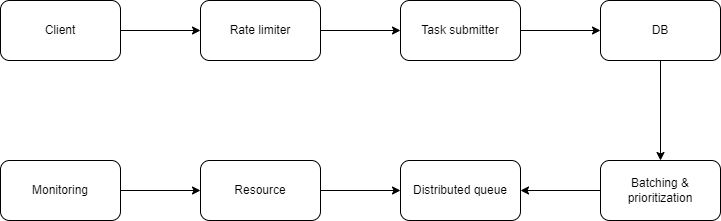
Before: img/system-design/distributed-task-scheduler2.png, a diagram exported from draw.io (riehseun/riehseun.github.io). Source tidied: cells renumbered, new cells last; positions are measured from the earlier drawing's top-left corner, leaving out a move shared by most shapes. Source of this version:
```xml
<mxGraphModel>
  <root>
    <mxCell id="0" />
    <mxCell id="1" parent="0" />
    <mxCell id="2" style="edgeStyle=orthogonalEdgeStyle;rounded=0;jettySize=auto;html=1;exitX=1;exitY=0.5;exitDx=0;exitDy=0;entryX=0;entryY=0.5;entryDx=0;entryDy=0;" parent="1" edge="1" source="3" target="5">
      <mxGeometry relative="1" as="geometry" />
    </mxCell>
    <mxCell id="3" value="Client" style="rounded=1;whiteSpace=wrap;html=1;" parent="1" vertex="1">
      <mxGeometry width="120" height="60" as="geometry" />
    </mxCell>
    <mxCell id="4" style="edgeStyle=orthogonalEdgeStyle;rounded=0;jettySize=auto;html=1;exitX=1;exitY=0.5;exitDx=0;exitDy=0;entryX=0;entryY=0.5;entryDx=0;entryDy=0;" parent="1" edge="1" source="5" target="7">
      <mxGeometry relative="1" as="geometry" />
    </mxCell>
    <mxCell id="5" value="Rate limiter" style="rounded=1;whiteSpace=wrap;html=1;" parent="1" vertex="1">
      <mxGeometry x="200" width="120" height="60" as="geometry" />
    </mxCell>
    <mxCell id="6" style="edgeStyle=orthogonalEdgeStyle;rounded=0;jettySize=auto;html=1;exitX=1;exitY=0.5;exitDx=0;exitDy=0;entryX=0;entryY=0.5;entryDx=0;entryDy=0;" parent="1" edge="1" source="7" target="9">
      <mxGeometry relative="1" as="geometry" />
    </mxCell>
    <mxCell id="7" value="Task submitter" style="rounded=1;whiteSpace=wrap;html=1;" parent="1" vertex="1">
      <mxGeometry x="400" width="120" height="60" as="geometry" />
    </mxCell>
    <mxCell id="8" style="edgeStyle=orthogonalEdgeStyle;rounded=0;jettySize=auto;html=1;exitX=0.5;exitY=1;exitDx=0;exitDy=0;" parent="1" edge="1" source="9" target="11">
      <mxGeometry relative="1" as="geometry" />
    </mxCell>
    <mxCell id="9" value="DB" style="rounded=1;whiteSpace=wrap;html=1;" parent="1" vertex="1">
      <mxGeometry x="600" width="120" height="60" as="geometry" />
    </mxCell>
    <mxCell id="10" style="edgeStyle=orthogonalEdgeStyle;rounded=0;jettySize=auto;html=1;exitX=0;exitY=0.5;exitDx=0;exitDy=0;entryX=1;entryY=0.5;entryDx=0;entryDy=0;" parent="1" edge="1" source="11" target="12">
      <mxGeometry relative="1" as="geometry" />
    </mxCell>
    <mxCell id="11" value="Batching &amp;amp; prioritization" style="rounded=1;whiteSpace=wrap;html=1;" parent="1" vertex="1">
      <mxGeometry x="600" y="160" width="120" height="60" as="geometry" />
    </mxCell>
    <mxCell id="12" value="Distributed queue" style="rounded=1;whiteSpace=wrap;html=1;" parent="1" vertex="1">
      <mxGeometry x="400" y="160" width="120" height="60" as="geometry" />
    </mxCell>
    <mxCell id="13" style="edgeStyle=orthogonalEdgeStyle;rounded=0;jettySize=auto;html=1;exitX=1;exitY=0.5;exitDx=0;exitDy=0;entryX=0;entryY=0.5;entryDx=0;entryDy=0;" parent="1" edge="1" source="14" target="12">
      <mxGeometry relative="1" as="geometry" />
    </mxCell>
    <mxCell id="14" value="Resource" style="rounded=1;whiteSpace=wrap;html=1;" parent="1" vertex="1">
      <mxGeometry x="200" y="160" width="120" height="60" as="geometry" />
    </mxCell>
    <mxCell id="15" style="edgeStyle=orthogonalEdgeStyle;rounded=0;jettySize=auto;html=1;exitX=1;exitY=0.5;exitDx=0;exitDy=0;entryX=0;entryY=0.5;entryDx=0;entryDy=0;" parent="1" edge="1" source="16" target="14">
      <mxGeometry relative="1" as="geometry" />
    </mxCell>
    <mxCell id="16" value="Monitoring" style="rounded=1;whiteSpace=wrap;html=1;" parent="1" vertex="1">
      <mxGeometry y="160" width="120" height="60" as="geometry" />
    </mxCell>
  </root>
</mxGraphModel>
```
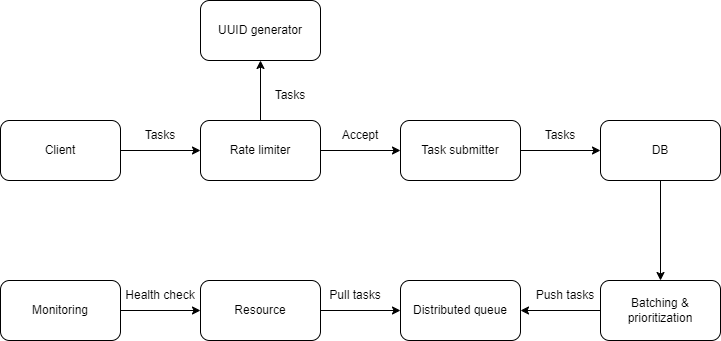
Later version of the same file.

Diff of the diagram source:
```diff
@@ -11,6 +11,9 @@
     <mxCell id="4" style="edgeStyle=orthogonalEdgeStyle;rounded=0;jettySize=auto;html=1;exitX=1;exitY=0.5;exitDx=0;exitDy=0;entryX=0;entryY=0.5;entryDx=0;entryDy=0;" parent="1" edge="1" source="5" target="7">
       <mxGeometry relative="1" as="geometry" />
     </mxCell>
+    <mxCell id="17" style="edgeStyle=orthogonalEdgeStyle;rounded=0;jettySize=auto;html=1;exitX=0.5;exitY=0;exitDx=0;exitDy=0;entryX=0.5;entryY=1;entryDx=0;entryDy=0;" parent="1" edge="1" source="5" target="18">
+      <mxGeometry relative="1" as="geometry" />
+    </mxCell>
     <mxCell id="5" value="Rate limiter" style="rounded=1;whiteSpace=wrap;html=1;" parent="1" vertex="1">
       <mxGeometry x="200" width="120" height="60" as="geometry" />
     </mxCell>
@@ -47,5 +50,29 @@
     <mxCell id="16" value="Monitoring" style="rounded=1;whiteSpace=wrap;html=1;" parent="1" vertex="1">
       <mxGeometry y="160" width="120" height="60" as="geometry" />
     </mxCell>
+    <mxCell id="18" value="UUID generator" style="rounded=1;whiteSpace=wrap;html=1;" parent="1" vertex="1">
+      <mxGeometry x="200" y="-120" width="120" height="60" as="geometry" />
+    </mxCell>
+    <mxCell id="19" value="Tasks" style="text;html=1;strokeColor=none;fillColor=none;align=center;verticalAlign=middle;whiteSpace=wrap;rounded=0;" parent="1" vertex="1">
+      <mxGeometry x="130" width="60" height="30" as="geometry" />
+    </mxCell>
+    <mxCell id="20" value="Accept" style="text;html=1;strokeColor=none;fillColor=none;align=center;verticalAlign=middle;whiteSpace=wrap;rounded=0;" parent="1" vertex="1">
+      <mxGeometry x="330" width="60" height="30" as="geometry" />
+    </mxCell>
+    <mxCell id="21" value="Tasks" style="text;html=1;strokeColor=none;fillColor=none;align=center;verticalAlign=middle;whiteSpace=wrap;rounded=0;" parent="1" vertex="1">
+      <mxGeometry x="260" y="-40" width="60" height="30" as="geometry" />
+    </mxCell>
+    <mxCell id="22" value="Tasks" style="text;html=1;strokeColor=none;fillColor=none;align=center;verticalAlign=middle;whiteSpace=wrap;rounded=0;" parent="1" vertex="1">
+      <mxGeometry x="530" width="60" height="30" as="geometry" />
+    </mxCell>
+    <mxCell id="23" value="Push tasks" style="text;html=1;strokeColor=none;fillColor=none;align=center;verticalAlign=middle;whiteSpace=wrap;rounded=0;" parent="1" vertex="1">
+      <mxGeometry x="530" y="160" width="70" height="30" as="geometry" />
+    </mxCell>
+    <mxCell id="24" value="Pull tasks" style="text;html=1;strokeColor=none;fillColor=none;align=center;verticalAlign=middle;whiteSpace=wrap;rounded=0;" parent="1" vertex="1">
+      <mxGeometry x="320" y="160" width="70" height="30" as="geometry" />
+    </mxCell>
+    <mxCell id="25" value="Health check" style="text;html=1;strokeColor=none;fillColor=none;align=center;verticalAlign=middle;whiteSpace=wrap;rounded=0;" parent="1" vertex="1">
+      <mxGeometry x="120" y="160" width="80" height="30" as="geometry" />
+    </mxCell>
   </root>
 </mxGraphModel>
```
